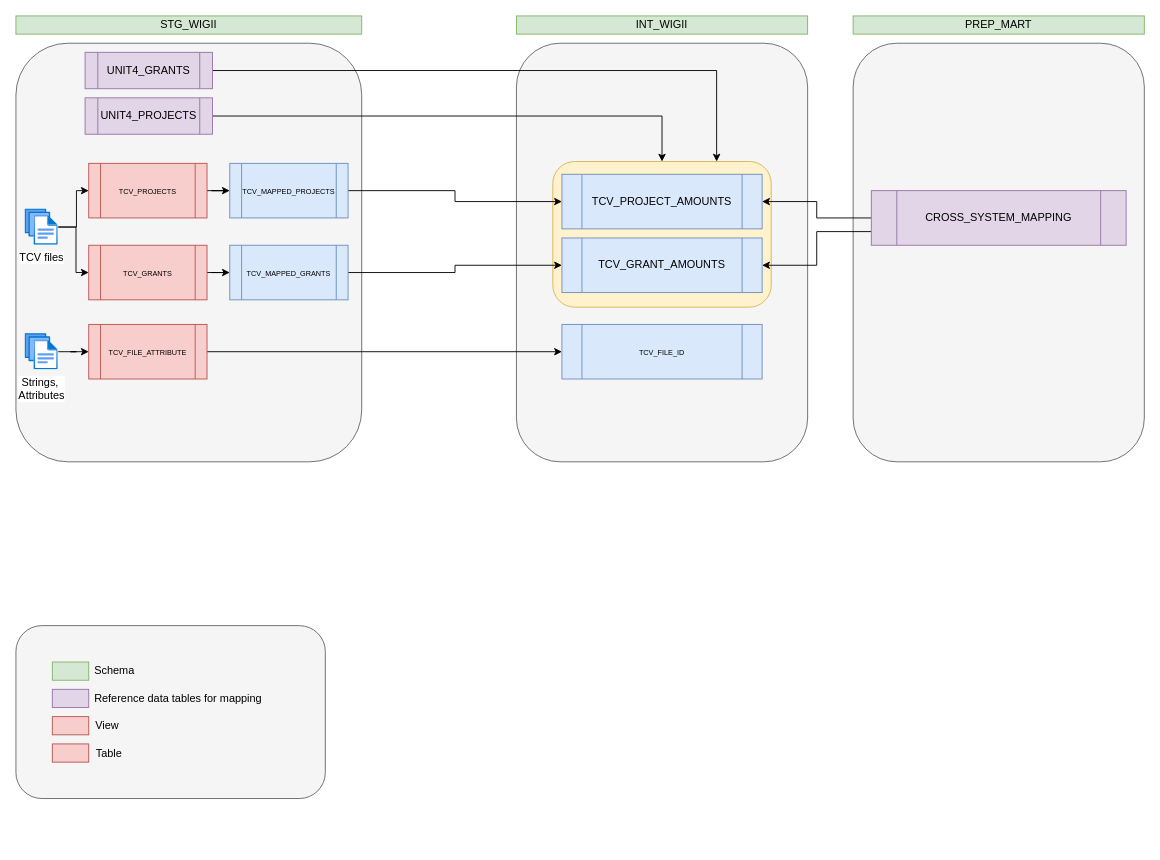
The draw.io diagram Wigii TCVs data flow.drawio in Medair/drawio, before the edit. Source tidied: cells renumbered, new cells numbered last; positions are measured from the earlier drawing's top-left corner, leaving out a move shared by most shapes. Both pictures are drawn from the tidied source at 91%, with x=0, y=0 at pixel (15, 15).
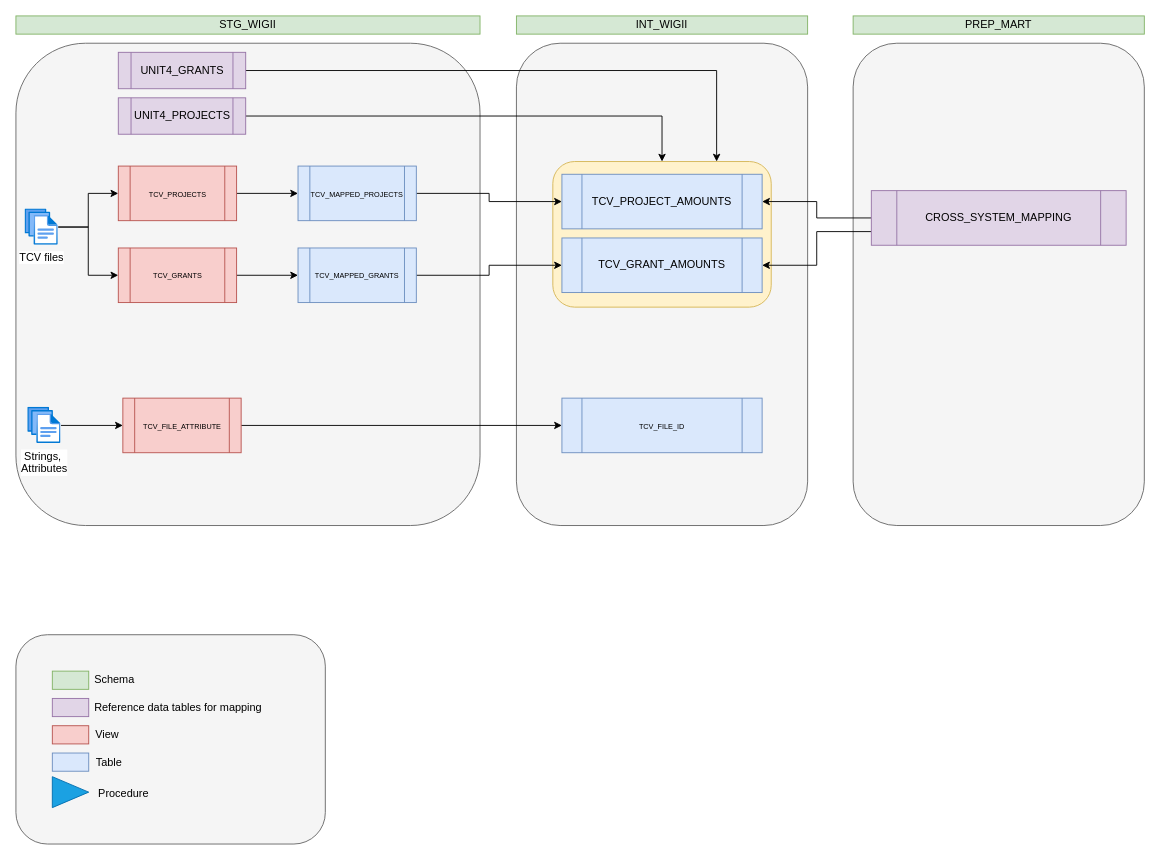
After the change.

The change refers to these unchanged cells:
```xml
<mxCell id="8" value="TCV files" style="image;html=1;points=[];align=center;fontSize=12;image=img/lib/azure2/general/Files.svg;" parent="1" vertex="1">
  <mxGeometry x="10" y="212" width="36.5" height="40" as="geometry" />
</mxCell>
```

What changed in the source:
```diff
@@
     <mxCell id="2" style="rounded=1;whiteSpace=wrap;html=1;fillColor=#f5f5f5;fontColor=#333333;strokeColor=#666666;fontSize=11;" parent="1" vertex="1">
-      <mxGeometry x="920" y="30" width="320" height="460" as="geometry" />
+      <mxGeometry x="920" y="30" width="320" height="530" as="geometry" />
     </mxCell>
     <mxCell id="3" style="rounded=1;whiteSpace=wrap;html=1;fillColor=#f5f5f5;fontColor=#333333;strokeColor=#666666;fontSize=12;" parent="1" vertex="1">
-      <mxGeometry y="30" width="380" height="460" as="geometry" />
+      <mxGeometry y="30" width="510" height="530" as="geometry" />
     </mxCell>
     <mxCell id="4" style="rounded=1;whiteSpace=wrap;html=1;fillColor=#f5f5f5;fontColor=#333333;strokeColor=#666666;fontSize=11;" parent="1" vertex="1">
-      <mxGeometry x="550" y="30" width="320" height="460" as="geometry" />
+      <mxGeometry x="550" y="30" width="320" height="530" as="geometry" />
     </mxCell>
@@
     <mxCell id="7" style="edgeStyle=orthogonalEdgeStyle;rounded=0;jettySize=auto;html=1;entryX=0;entryY=0.5;entryDx=0;entryDy=0;" parent="1" edge="1" source="8" target="28">
-      <mxGeometry relative="1" as="geometry">
-        <Array as="points">
-          <mxPoint x="66" y="232" />
-          <mxPoint x="66" y="282" />
-        </Array>
-      </mxGeometry>
+      <mxGeometry relative="1" as="geometry" />
     </mxCell>
@@
     <mxCell id="13" value="UNIT4_PROJECTS" style="shape=process;whiteSpace=wrap;html=1;backgroundOutline=1;fillColor=#e1d5e7;strokeColor=#9673a6;" parent="1" vertex="1">
-      <mxGeometry x="76" y="90" width="140" height="40" as="geometry" />
+      <mxGeometry x="112.5" y="90" width="140" height="40" as="geometry" />
     </mxCell>
     <mxCell id="14" style="group;" parent="1" vertex="1">
-      <mxGeometry y="670" width="340" height="190" as="geometry" />
+      <mxGeometry y="680" width="340" height="230" as="geometry" />
     </mxCell>
     <mxCell id="15" style="rounded=1;whiteSpace=wrap;html=1;fillColor=#f5f5f5;fontColor=#333333;strokeColor=#666666;fontSize=11;" parent="14" vertex="1">
-      <mxGeometry width="340" height="190" as="geometry" />
+      <mxGeometry width="340" height="230" as="geometry" />
     </mxCell>
@@
-    <mxCell id="22" style="rounded=0;whiteSpace=wrap;html=1;fillColor=#f8cecc;strokeColor=#b85450;" parent="14" vertex="1">
+    <mxCell id="22" style="rounded=0;whiteSpace=wrap;html=1;fillColor=#dae8fc;strokeColor=#6c8ebf;" parent="14" vertex="1">
       <mxGeometry x="40" y="130" width="40" height="20" as="geometry" />
     </mxCell>
@@
+    <mxCell id="44" style="triangle;whiteSpace=wrap;html=1;fillColor=#1ba1e2;fontColor=#ffffff;strokeColor=#006EAF;" parent="14" vertex="1">
+      <mxGeometry x="40" y="156" width="40" height="34" as="geometry" />
+    </mxCell>
+    <mxCell id="45" value="Procedure" style="text;html=1;align=center;verticalAlign=middle;strokeColor=none;fillColor=none;" parent="14" vertex="1">
+      <mxGeometry x="78" y="160" width="80" height="30" as="geometry" />
+    </mxCell>
@@
     <mxCell id="25" value="UNIT4_GRANTS" style="shape=process;whiteSpace=wrap;html=1;backgroundOutline=1;fillColor=#e1d5e7;strokeColor=#9673a6;" parent="1" vertex="1">
-      <mxGeometry x="76" y="40" width="140" height="40" as="geometry" />
+      <mxGeometry x="112.5" y="40" width="140" height="40" as="geometry" />
     </mxCell>
     <mxCell id="26" value="STG_WIGII" style="rounded=0;whiteSpace=wrap;html=1;fillColor=#d5e8d4;strokeColor=#82b366;" parent="1" vertex="1">
-      <mxGeometry width="380" height="20" as="geometry" />
+      <mxGeometry width="510" height="20" as="geometry" />
     </mxCell>
@@
     <mxCell id="28" value="&lt;font style=&quot;font-size: 8px;&quot;&gt;TCV_GRANTS&lt;/font&gt;" style="shape=process;whiteSpace=wrap;html=1;backgroundOutline=1;fillColor=#f8cecc;strokeColor=#b85450;" parent="1" vertex="1">
-      <mxGeometry x="80" y="252" width="130" height="60" as="geometry" />
+      <mxGeometry x="112.5" y="255" width="130" height="60" as="geometry" />
     </mxCell>
@@
     <mxCell id="30" value="&lt;font style=&quot;font-size: 8px;&quot;&gt;TCV_MAPPED_GRANTS&lt;/font&gt;" style="shape=process;whiteSpace=wrap;html=1;backgroundOutline=1;fillColor=#dae8fc;strokeColor=#6c8ebf;" parent="1" vertex="1">
-      <mxGeometry x="235" y="252" width="130" height="60" as="geometry" />
+      <mxGeometry x="310" y="255" width="130" height="60" as="geometry" />
     </mxCell>
@@
     <mxCell id="32" value="&lt;font style=&quot;font-size: 8px;&quot;&gt;TCV_PROJECTS&lt;/font&gt;" style="shape=process;whiteSpace=wrap;html=1;backgroundOutline=1;fillColor=#f8cecc;strokeColor=#b85450;" parent="1" vertex="1">
-      <mxGeometry x="80" y="162" width="130" height="60" as="geometry" />
+      <mxGeometry x="112.5" y="165" width="130" height="60" as="geometry" />
     </mxCell>
@@
     <mxCell id="34" value="&lt;font style=&quot;font-size: 8px;&quot;&gt;TCV_MAPPED_PROJECTS&lt;/font&gt;" style="shape=process;whiteSpace=wrap;html=1;backgroundOutline=1;fillColor=#dae8fc;strokeColor=#6c8ebf;" parent="1" vertex="1">
-      <mxGeometry x="235" y="162" width="130" height="60" as="geometry" />
+      <mxGeometry x="310" y="165" width="130" height="60" as="geometry" />
     </mxCell>
@@
     <mxCell id="40" value="Strings,&amp;nbsp;&lt;div&gt;Attributes&lt;/div&gt;" style="image;html=1;points=[];align=center;fontSize=12;image=img/lib/azure2/general/Files.svg;" parent="1" vertex="1">
-      <mxGeometry x="10" y="349" width="36.5" height="40" as="geometry" />
+      <mxGeometry x="13" y="430" width="36.5" height="40" as="geometry" />
     </mxCell>
@@
     <mxCell id="42" value="&lt;font style=&quot;font-size: 8px;&quot;&gt;TCV_FILE_ATTRIBUTE&lt;/font&gt;" style="shape=process;whiteSpace=wrap;html=1;backgroundOutline=1;fillColor=#f8cecc;strokeColor=#b85450;" parent="1" vertex="1">
-      <mxGeometry x="80" y="339" width="130" height="60" as="geometry" />
+      <mxGeometry x="117.5" y="420" width="130" height="60" as="geometry" />
     </mxCell>
     <mxCell id="43" value="&lt;font style=&quot;font-size: 8px;&quot;&gt;TCV_FILE_ID&lt;/font&gt;" style="shape=process;whiteSpace=wrap;html=1;backgroundOutline=1;fillColor=#dae8fc;strokeColor=#6c8ebf;" parent="1" vertex="1">
-      <mxGeometry x="600" y="339" width="220" height="60" as="geometry" />
+      <mxGeometry x="600" y="420" width="220" height="60" as="geometry" />
     </mxCell>
```
